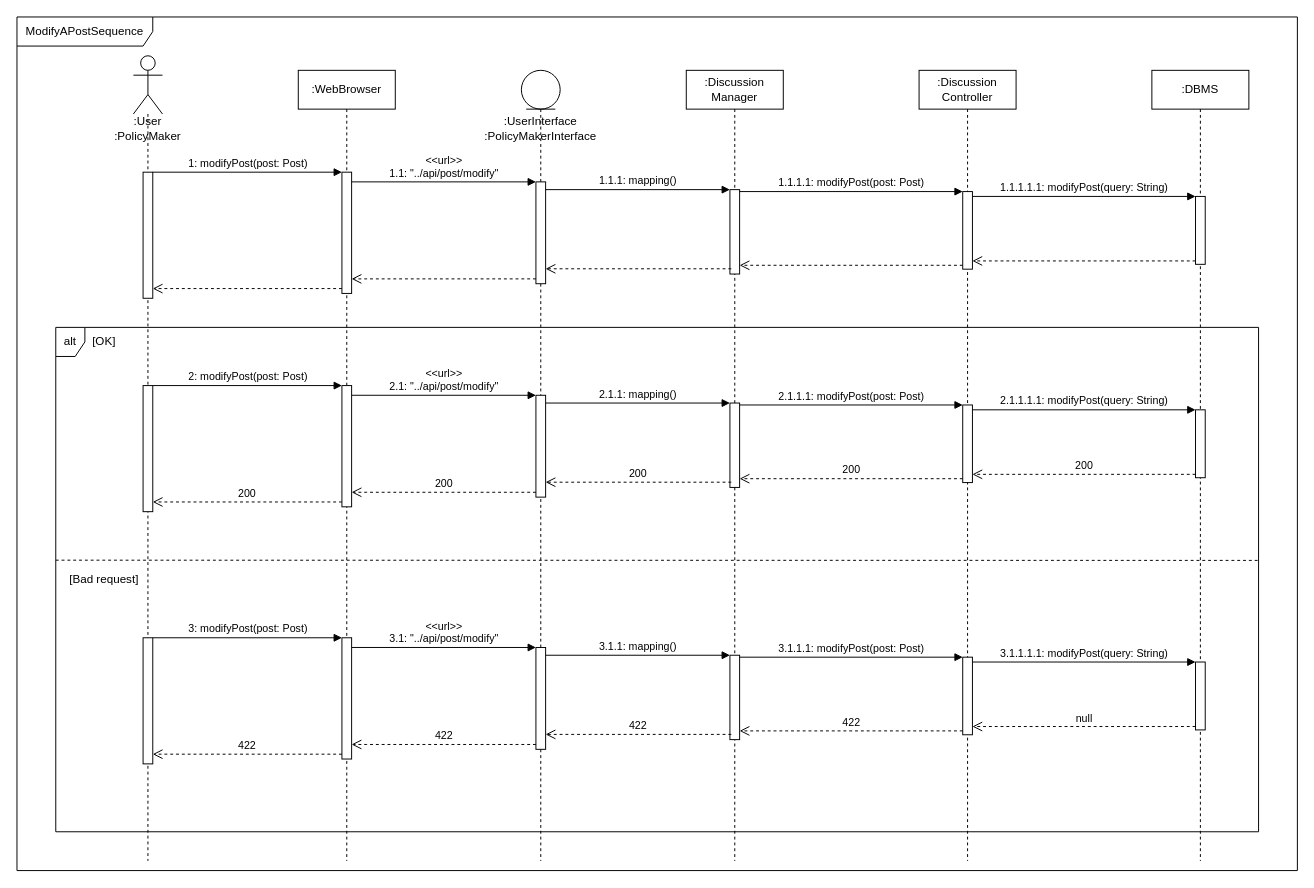
matteovisotto/SE2-CecchettoSirianiVisotto keeps this draw.io diagram as page "ModifyAPost" (6 of 18) of DD Diagrams/RunTimeViewDiagram.drawio. Above is the earlier version. Source tidied: cells renumbered, new cells numbered last; positions are measured from the earlier drawing's top-left corner, leaving out a move shared by most shapes. Both pictures are drawn from the tidied source at 97%, with x=0, y=0 at pixel (16, 16).
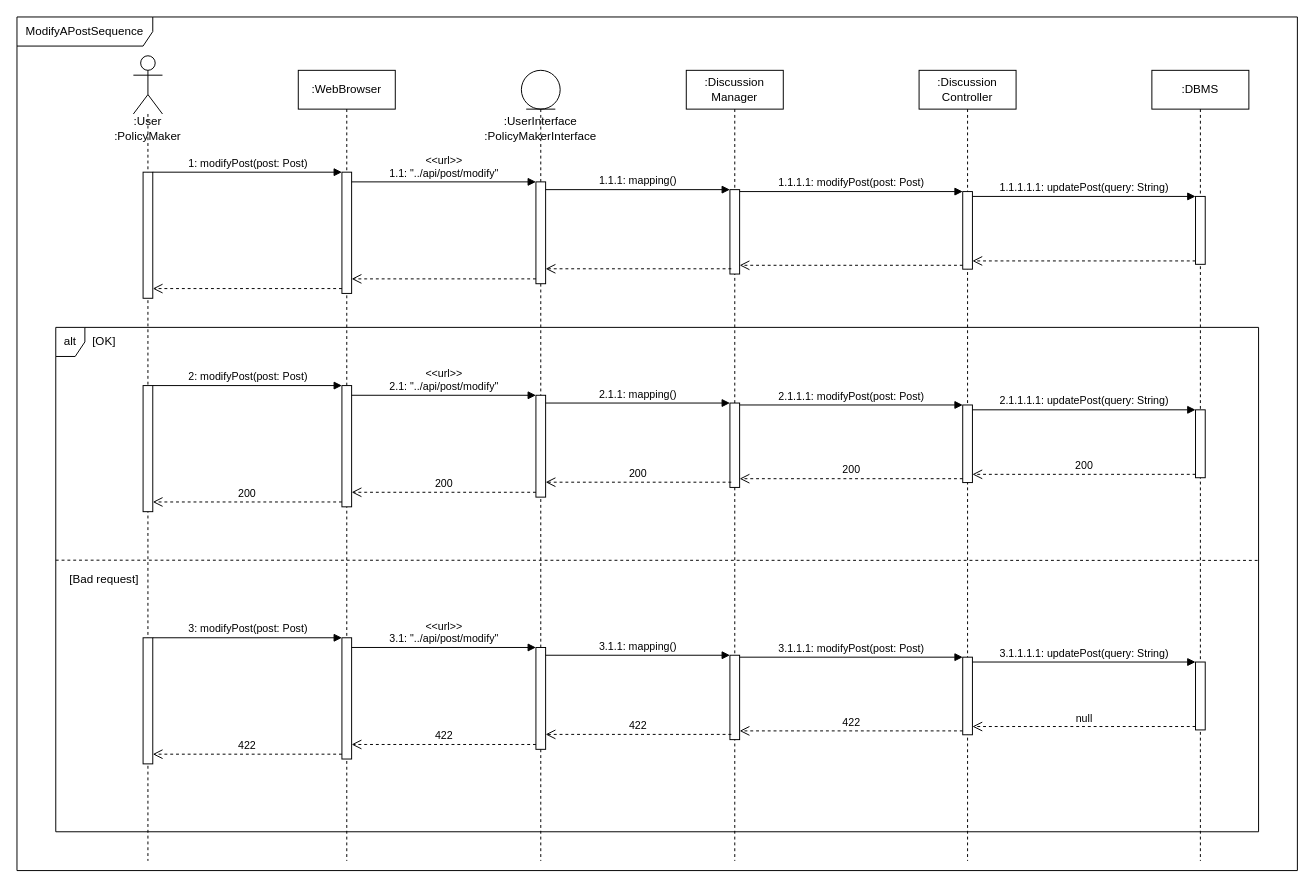
After the change.

The change refers to these unchanged cells:
```xml
<mxCell id="4" style="html=1;points=[];perimeter=orthogonalPerimeter;" parent="3" vertex="1">
  <mxGeometry x="45" y="130" width="10" height="70" as="geometry" />
</mxCell>
<mxCell id="6" style="html=1;points=[];perimeter=orthogonalPerimeter;" parent="5" vertex="1">
  <mxGeometry x="45" y="125" width="10" height="80" as="geometry" />
</mxCell>
<mxCell id="14" style="shape=umlLifeline;participant=umlActor;perimeter=lifelinePerimeter;whiteSpace=wrap;html=1;verticalAlign=top;spacingTop=36;fontFamily=Helvetica;fontSize=12;fontColor=rgb(0, 0, 0);align=center;strokeColor=rgb(0, 0, 0);fillColor=rgb(255, 255, 255);size=60;" parent="1" vertex="1">
  <mxGeometry x="120" y="40" width="30" height="830" as="geometry" />
</mxCell>
<mxCell id="16" style="html=1;points=[];perimeter=orthogonalPerimeter;" parent="14" vertex="1">
  <mxGeometry x="1095" y="625" width="10" height="70" as="geometry" />
</mxCell>
<mxCell id="21" style="html=1;points=[];perimeter=orthogonalPerimeter;" parent="14" vertex="1">
  <mxGeometry x="855" y="620" width="10" height="80" as="geometry" />
</mxCell>
<mxCell id="44" style="html=1;points=[];perimeter=orthogonalPerimeter;" parent="1" vertex="1">
  <mxGeometry x="1215" y="405" width="10" height="70" as="geometry" />
</mxCell>
<mxCell id="49" style="html=1;points=[];perimeter=orthogonalPerimeter;" parent="1" vertex="1">
  <mxGeometry x="975" y="400" width="10" height="80" as="geometry" />
</mxCell>
```

Diff of the diagram source:
```diff
@@
-    <mxCell id="31" value="3.1.1.1.1: modifyPost(query: String)" style="html=1;verticalAlign=bottom;endArrow=block;entryX=0;entryY=0;rounded=0;" parent="14" edge="1" source="21" target="16">
+    <mxCell id="31" value="3.1.1.1.1: updatePost(query: String)" style="html=1;verticalAlign=bottom;endArrow=block;entryX=0;entryY=0;rounded=0;" parent="14" edge="1" source="21" target="16">
       <mxGeometry relative="1" as="geometry" />
     </mxCell>
@@
-    <mxCell id="43" value="1.1.1.1.1: modifyPost(query: String)" style="html=1;verticalAlign=bottom;endArrow=block;entryX=0;entryY=0;rounded=0;" parent="1" edge="1" source="6" target="4">
+    <mxCell id="43" value="1.1.1.1.1: updatePost(query: String)" style="html=1;verticalAlign=bottom;endArrow=block;entryX=0;entryY=0;rounded=0;" parent="1" edge="1" source="6" target="4">
       <mxGeometry relative="1" as="geometry" />
     </mxCell>
@@
-    <mxCell id="59" value="2.1.1.1.1: modifyPost(query: String)" style="html=1;verticalAlign=bottom;endArrow=block;entryX=0;entryY=0;rounded=0;" parent="1" edge="1" source="49" target="44">
+    <mxCell id="59" value="2.1.1.1.1: updatePost(query: String)" style="html=1;verticalAlign=bottom;endArrow=block;entryX=0;entryY=0;rounded=0;" parent="1" edge="1" source="49" target="44">
       <mxGeometry relative="1" as="geometry" />
     </mxCell>
```
